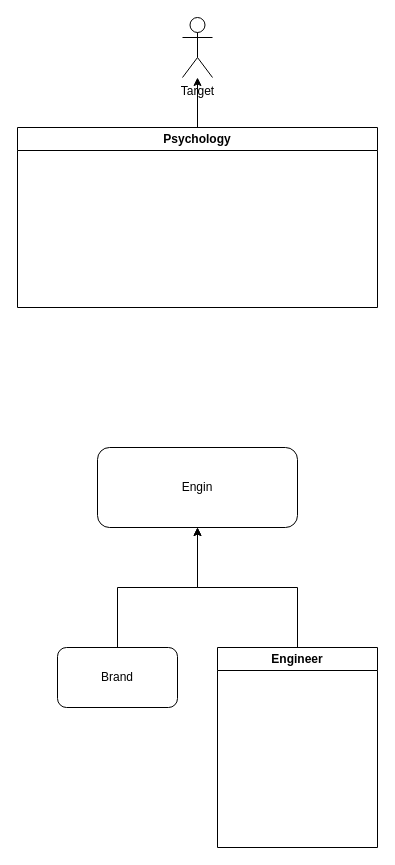
Before: page "Page-8" (8 of 8) of 定義.drawio in minegishirei/draw_v1, a draw.io diagram. Source tidied: cells renumbered, new cells numbered last; positions are measured from the earlier drawing's top-left corner, leaving out a move shared by most shapes. Both pictures are drawn from the tidied source at 100%, with x=0, y=0 at pixel (17, 17). Pictures stored in the file or linked from it are replaced by grey dashed boxes.
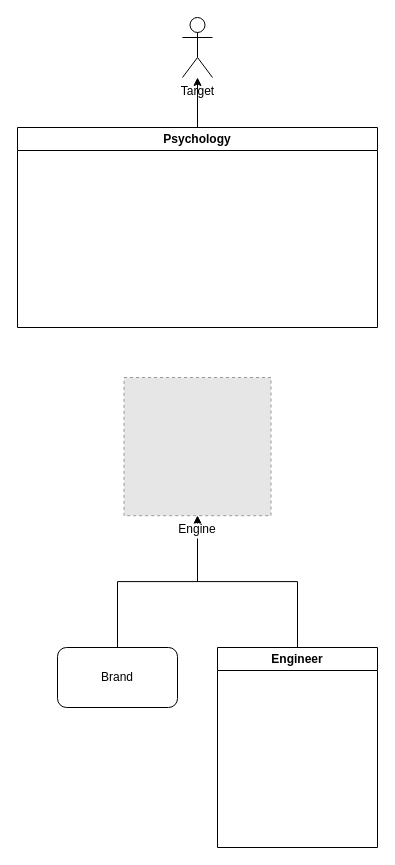
Above is the later version.

What changed in the source:
```diff
@@
 <mxGraphModel>
   <root>
     <mxCell id="0" />
     <mxCell id="1" parent="0" />
     <mxCell id="2" style="edgeStyle=orthogonalEdgeStyle;rounded=0;jettySize=auto;html=1;exitX=0.5;exitY=0;exitDx=0;exitDy=0;" parent="1" edge="1" source="3" target="4">
       <mxGeometry relative="1" as="geometry" />
     </mxCell>
     <mxCell id="3" value="Psychology" style="swimlane;whiteSpace=wrap;html=1;" parent="1" vertex="1">
-      <mxGeometry y="110" width="360" height="180" as="geometry" />
+      <mxGeometry y="110" width="360" height="200" as="geometry" />
     </mxCell>
     <mxCell id="4" value="Target" style="shape=umlActor;verticalLabelPosition=bottom;verticalAlign=top;html=1;outlineConnect=0;" parent="1" vertex="1">
       <mxGeometry x="165" width="30" height="60" as="geometry" />
     </mxCell>
-    <mxCell id="5" style="edgeStyle=orthogonalEdgeStyle;rounded=0;jettySize=auto;html=1;exitX=0.5;exitY=0;exitDx=0;exitDy=0;entryX=0.5;entryY=1;entryDx=0;entryDy=0;" parent="1" edge="1" source="6" target="7">
+    <mxCell id="5" style="edgeStyle=orthogonalEdgeStyle;rounded=0;jettySize=auto;html=1;exitX=0.5;exitY=0;exitDx=0;exitDy=0;entryX=0.5;entryY=1;entryDx=0;entryDy=0;" parent="1" edge="1" source="6" target="10">
       <mxGeometry relative="1" as="geometry" />
     </mxCell>
     <mxCell id="6" value="Engineer" style="swimlane;whiteSpace=wrap;html=1;" parent="1" vertex="1">
       <mxGeometry x="200" y="630" width="160" height="200" as="geometry" />
     </mxCell>
-    <mxCell id="7" value="Engin" style="rounded=1;whiteSpace=wrap;html=1;" parent="1" vertex="1">
-      <mxGeometry x="80" y="430" width="200" height="80" as="geometry" />
-    </mxCell>
-    <mxCell id="8" style="edgeStyle=orthogonalEdgeStyle;rounded=0;jettySize=auto;html=1;exitX=0.5;exitY=0;exitDx=0;exitDy=0;entryX=0.5;entryY=1;entryDx=0;entryDy=0;" parent="1" edge="1" source="9" target="7">
+    <mxCell id="8" style="edgeStyle=orthogonalEdgeStyle;rounded=0;jettySize=auto;html=1;exitX=0.5;exitY=0;exitDx=0;exitDy=0;entryX=0.5;entryY=1;entryDx=0;entryDy=0;" parent="1" edge="1" source="9" target="10">
       <mxGeometry relative="1" as="geometry" />
     </mxCell>
     <mxCell id="9" value="Brand" style="rounded=1;whiteSpace=wrap;html=1;" parent="1" vertex="1">
       <mxGeometry x="40" y="630" width="120" height="60" as="geometry" />
     </mxCell>
+    <mxCell id="10" value="Engine" style="fillColor=#E6E6E6;strokeColor=#999999;dashed=1;verticalLabelPosition=bottom;labelBackgroundColor=default;verticalAlign=top;" parent="1" vertex="1">
+      <mxGeometry x="106.5" y="360" width="147" height="138.2" as="geometry" />
+    </mxCell>
   </root>
 </mxGraphModel>
```
